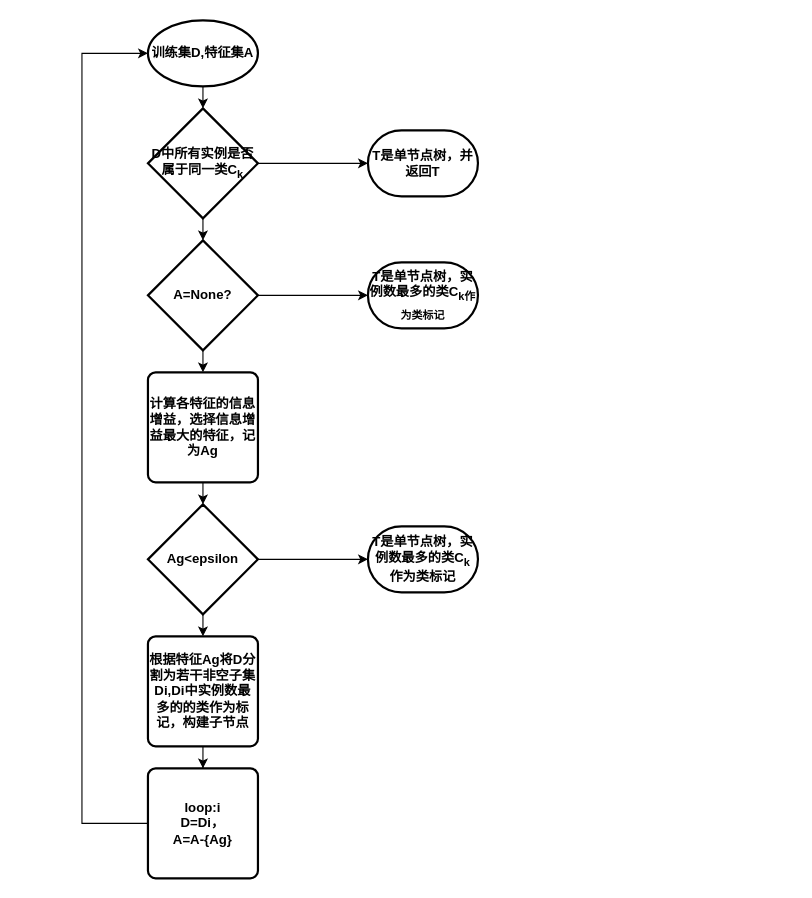
hupidong/draw.io keeps this draw.io diagram as decision_tree_id3.drawio. Above is the earlier version. Source tidied: cells renumbered, new cells numbered last; positions are measured from the earlier drawing's top-left corner, leaving out a move shared by most shapes. Both pictures are drawn from the tidied source at 110%, with x=0, y=0 at pixel (81, 20).
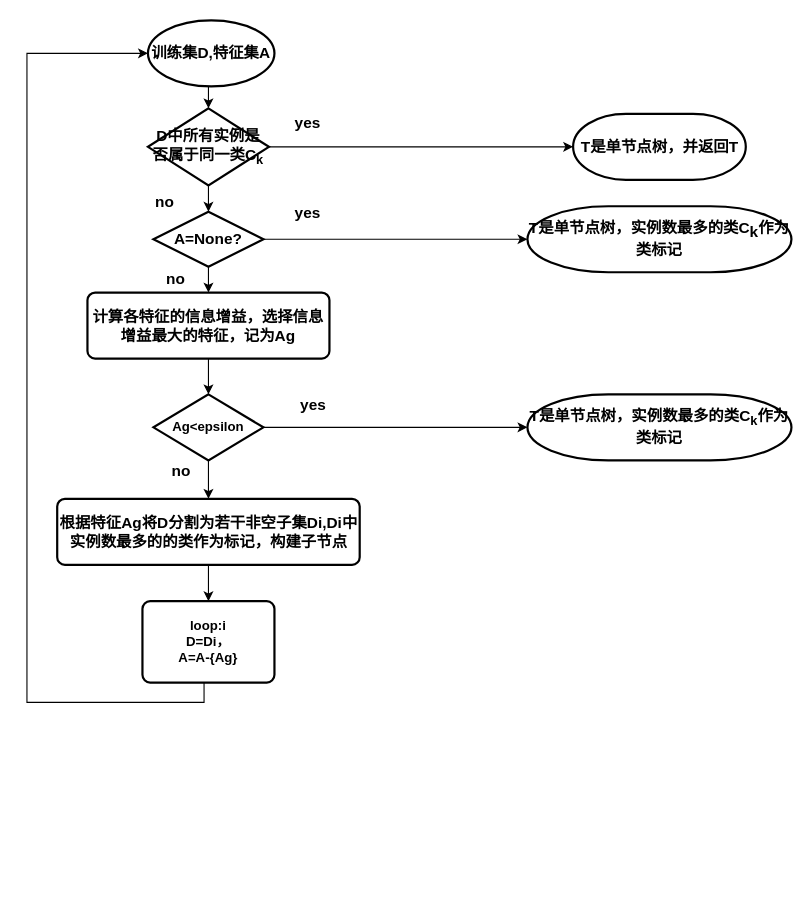
The same diagram, later.

Change to the diagram source:
```diff
@@
-    <mxCell id="3" value="&lt;b&gt;训练集D,特征集A&lt;/b&gt;" style="strokeWidth=2;html=1;shape=mxgraph.flowchart.start_1;whiteSpace=wrap;" parent="1" vertex="1">
-      <mxGeometry x="60" width="100" height="60" as="geometry" />
+    <mxCell id="3" value="&lt;b style=&quot;font-size: 14px;&quot;&gt;训练集D,特征集A&lt;/b&gt;" style="strokeWidth=2;html=1;shape=mxgraph.flowchart.start_1;whiteSpace=wrap;fontSize=14;" parent="1" vertex="1">
+      <mxGeometry x="60" width="115" height="60" as="geometry" />
     </mxCell>
@@
-    <mxCell id="6" value="&lt;b&gt;D中所有实例是否属于同一类C&lt;sub&gt;k&lt;/sub&gt;&lt;/b&gt;" style="strokeWidth=2;html=1;shape=mxgraph.flowchart.decision;whiteSpace=wrap;" parent="1" vertex="1">
-      <mxGeometry x="60" y="80" width="100" height="100" as="geometry" />
+    <mxCell id="6" value="&lt;b style=&quot;font-size: 14px&quot;&gt;D中所有实例是否属于同一类C&lt;sub&gt;k&lt;/sub&gt;&lt;/b&gt;" style="strokeWidth=2;html=1;shape=mxgraph.flowchart.decision;whiteSpace=wrap;" parent="1" vertex="1">
+      <mxGeometry x="60" y="80" width="110" height="70" as="geometry" />
     </mxCell>
-    <mxCell id="7" value="&lt;b&gt;T是单节点树，并返回T&lt;/b&gt;" style="strokeWidth=2;html=1;shape=mxgraph.flowchart.terminator;whiteSpace=wrap;" parent="1" vertex="1">
-      <mxGeometry x="260" y="100" width="100" height="60" as="geometry" />
+    <mxCell id="7" value="&lt;b style=&quot;font-size: 14px;&quot;&gt;T是单节点树，并返回T&lt;/b&gt;" style="strokeWidth=2;html=1;shape=mxgraph.flowchart.terminator;whiteSpace=wrap;fontSize=14;" parent="1" vertex="1">
+      <mxGeometry x="446.5" y="85" width="157" height="60" as="geometry" />
     </mxCell>
@@
-    <mxCell id="10" value="&lt;b&gt;A=None?&lt;/b&gt;" style="strokeWidth=2;html=1;shape=mxgraph.flowchart.decision;whiteSpace=wrap;" parent="1" vertex="1">
-      <mxGeometry x="60" y="200" width="100" height="100" as="geometry" />
+    <mxCell id="10" value="&lt;b&gt;&lt;font style=&quot;font-size: 14px&quot;&gt;A=None?&lt;/font&gt;&lt;/b&gt;" style="strokeWidth=2;html=1;shape=mxgraph.flowchart.decision;whiteSpace=wrap;" parent="1" vertex="1">
+      <mxGeometry x="65" y="174" width="100" height="50" as="geometry" />
     </mxCell>
-    <mxCell id="11" value="&lt;b&gt;T是单节点树，实例数最多的类C&lt;sub&gt;k作为类标记&lt;/sub&gt;&lt;/b&gt;" style="strokeWidth=2;html=1;shape=mxgraph.flowchart.terminator;whiteSpace=wrap;" parent="1" vertex="1">
-      <mxGeometry x="260" y="220" width="100" height="60" as="geometry" />
+    <mxCell id="11" value="&lt;b style=&quot;font-size: 14px;&quot;&gt;T是单节点树，实例数最多的类C&lt;sub style=&quot;font-size: 14px;&quot;&gt;k&lt;/sub&gt;作为类标记&lt;/b&gt;" style="strokeWidth=2;html=1;shape=mxgraph.flowchart.terminator;whiteSpace=wrap;fontSize=14;" parent="1" vertex="1">
+      <mxGeometry x="405" y="169" width="240" height="60" as="geometry" />
     </mxCell>
@@
-    <mxCell id="13" value="&lt;b&gt;计算各特征的信息增益，选择信息增益最大的特征，记为Ag&lt;/b&gt;" style="rounded=1;whiteSpace=wrap;html=1;absoluteArcSize=1;arcSize=14;strokeWidth=2;" parent="1" vertex="1">
-      <mxGeometry x="60" y="320" width="100" height="100" as="geometry" />
+    <mxCell id="13" value="&lt;b&gt;&lt;font style=&quot;font-size: 14px&quot;&gt;计算各特征的信息增益，选择信息增益最大的特征，记为Ag&lt;/font&gt;&lt;/b&gt;" style="rounded=1;whiteSpace=wrap;html=1;absoluteArcSize=1;arcSize=14;strokeWidth=2;" parent="1" vertex="1">
+      <mxGeometry x="5" y="247.5" width="220" height="60" as="geometry" />
     </mxCell>
@@
     <mxCell id="16" value="&lt;b&gt;Ag&amp;lt;epsilon&lt;/b&gt;" style="strokeWidth=2;html=1;shape=mxgraph.flowchart.decision;whiteSpace=wrap;" parent="1" vertex="1">
-      <mxGeometry x="60" y="440" width="100" height="100" as="geometry" />
+      <mxGeometry x="65" y="340" width="100" height="60" as="geometry" />
     </mxCell>
-    <mxCell id="17" value="&lt;b&gt;T是单节点树，实例数最多的类C&lt;sub&gt;k&lt;/sub&gt;作为类标记&lt;/b&gt;" style="strokeWidth=2;html=1;shape=mxgraph.flowchart.terminator;whiteSpace=wrap;" parent="1" vertex="1">
-      <mxGeometry x="260" y="460" width="100" height="60" as="geometry" />
+    <mxCell id="17" value="&lt;b style=&quot;font-size: 14px&quot;&gt;T是单节点树，实例数最多的类C&lt;sub&gt;k&lt;/sub&gt;作为类标记&lt;/b&gt;" style="strokeWidth=2;html=1;shape=mxgraph.flowchart.terminator;whiteSpace=wrap;" parent="1" vertex="1">
+      <mxGeometry x="405" y="340" width="240" height="60" as="geometry" />
     </mxCell>
@@
-    <mxCell id="19" value="&lt;b&gt;根据特征Ag将D分割为若干非空子集Di,Di中实例数最多的的类作为标记，构建子节点&lt;/b&gt;" style="rounded=1;whiteSpace=wrap;html=1;absoluteArcSize=1;arcSize=14;strokeWidth=2;" parent="1" vertex="1">
-      <mxGeometry x="60" y="560" width="100" height="100" as="geometry" />
+    <mxCell id="19" value="&lt;b&gt;&lt;font style=&quot;font-size: 14px&quot;&gt;根据特征Ag将D分割为若干非空子集Di,Di中实例数最多的的类作为标记，构建子节点&lt;/font&gt;&lt;/b&gt;" style="rounded=1;whiteSpace=wrap;html=1;absoluteArcSize=1;arcSize=14;strokeWidth=2;" parent="1" vertex="1">
+      <mxGeometry x="-22.5" y="435" width="275" height="60" as="geometry" />
     </mxCell>
     <mxCell id="20" style="edgeStyle=orthogonalEdgeStyle;rounded=0;jettySize=auto;html=1;entryX=0;entryY=0.5;entryDx=0;entryDy=0;entryPerimeter=0;" parent="1" edge="1" source="21" target="3">
       <mxGeometry relative="1" as="geometry">
         <Array as="points">
-          <mxPoint y="730" />
-          <mxPoint y="30" />
+          <mxPoint x="111" y="620" />
+          <mxPoint x="-50" y="620" />
+          <mxPoint x="-50" y="30" />
         </Array>
       </mxGeometry>
     </mxCell>
     <mxCell id="21" value="&lt;b&gt;loop:i&lt;br&gt;D=Di，&lt;br&gt;A=A-{Ag}&lt;/b&gt;" style="rounded=1;whiteSpace=wrap;html=1;absoluteArcSize=1;arcSize=14;strokeWidth=2;" parent="1" vertex="1">
-      <mxGeometry x="60" y="680" width="100" height="100" as="geometry" />
+      <mxGeometry x="55" y="528" width="120" height="74" as="geometry" />
     </mxCell>
+    <mxCell id="22" value="&lt;b&gt;yes&lt;/b&gt;" style="text;html=1;align=center;verticalAlign=middle;fillColor=none;strokeColor=none;rounded=0;fontSize=14;" parent="1" vertex="1">
+      <mxGeometry x="185" y="82.5" width="40" height="20" as="geometry" />
+    </mxCell>
+    <mxCell id="23" value="&lt;b&gt;yes&lt;/b&gt;" style="text;html=1;align=center;verticalAlign=middle;fillColor=none;strokeColor=none;rounded=0;fontSize=14;" parent="1" vertex="1">
+      <mxGeometry x="185" y="165" width="40" height="20" as="geometry" />
+    </mxCell>
+    <mxCell id="24" value="&lt;b&gt;yes&lt;/b&gt;" style="text;html=1;align=center;verticalAlign=middle;fillColor=none;strokeColor=none;rounded=0;fontSize=14;" parent="1" vertex="1">
+      <mxGeometry x="190" y="340" width="40" height="20" as="geometry" />
+    </mxCell>
+    <mxCell id="25" value="&lt;b&gt;no&lt;/b&gt;" style="text;html=1;align=center;verticalAlign=middle;fillColor=none;strokeColor=none;rounded=0;fontSize=14;" parent="1" vertex="1">
+      <mxGeometry x="60" y="155" width="30" height="20" as="geometry" />
+    </mxCell>
+    <mxCell id="26" value="&lt;b&gt;no&lt;/b&gt;" style="text;html=1;align=center;verticalAlign=middle;fillColor=none;strokeColor=none;rounded=0;fontSize=14;" parent="1" vertex="1">
+      <mxGeometry x="70" y="225" width="30" height="20" as="geometry" />
+    </mxCell>
+    <mxCell id="27" value="&lt;b&gt;no&lt;/b&gt;" style="text;html=1;align=center;verticalAlign=middle;fillColor=none;strokeColor=none;rounded=0;fontSize=14;" parent="1" vertex="1">
+      <mxGeometry x="75" y="400" width="30" height="20" as="geometry" />
+    </mxCell>
```
